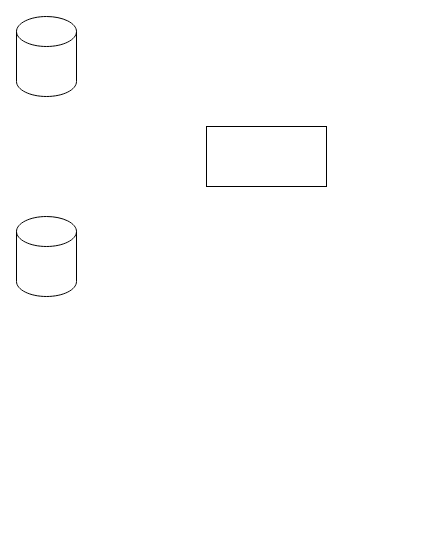
This is page "Page-2" (2 of 2) of Untitled Diagram.drawio from akeung/tes, a draw.io file, before an edit. Source tidied: cells renumbered, new cells numbered last; positions are measured from the earlier drawing's top-left corner, leaving out a move shared by most shapes. Both pictures are drawn from the tidied source at 100%, with x=0, y=0 at pixel (16, 16).
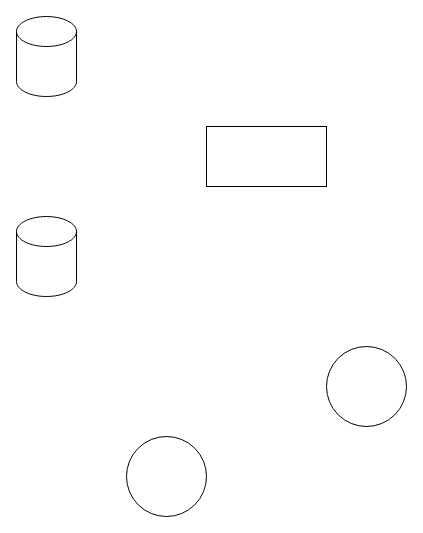
The same diagram, later.

Change to the diagram source:
```diff
@@
 <mxGraphModel>
   <root>
     <mxCell id="0" />
     <mxCell id="1" parent="0" />
     <mxCell id="2" style="shape=cylinder3;whiteSpace=wrap;html=1;boundedLbl=1;backgroundOutline=1;size=15;" parent="1" vertex="1">
       <mxGeometry width="60" height="80" as="geometry" />
     </mxCell>
     <mxCell id="3" style="rounded=0;whiteSpace=wrap;html=1;" parent="1" vertex="1">
       <mxGeometry x="190" y="110" width="120" height="60" as="geometry" />
     </mxCell>
     <mxCell id="4" style="shape=cylinder3;whiteSpace=wrap;html=1;boundedLbl=1;backgroundOutline=1;size=15;" parent="1" vertex="1">
       <mxGeometry y="200" width="60" height="80" as="geometry" />
     </mxCell>
+    <mxCell id="5" style="ellipse;whiteSpace=wrap;html=1;" parent="1" vertex="1">
+      <mxGeometry x="110" y="420" width="80" height="80" as="geometry" />
+    </mxCell>
+    <mxCell id="6" style="ellipse;whiteSpace=wrap;html=1;" parent="1" vertex="1">
+      <mxGeometry x="310" y="330" width="80" height="80" as="geometry" />
+    </mxCell>
   </root>
 </mxGraphModel>
```
